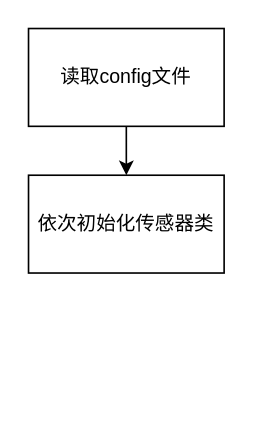
sunbingfeng/draw_sketches keeps this draw.io diagram as ibusshow.drawio. Above is the earlier version. Source tidied: cells renumbered, new cells numbered last; positions are measured from the earlier drawing's top-left corner, leaving out a move shared by most shapes. Both pictures are drawn from the tidied source at 163%, with x=0, y=0 at pixel (28, 28).
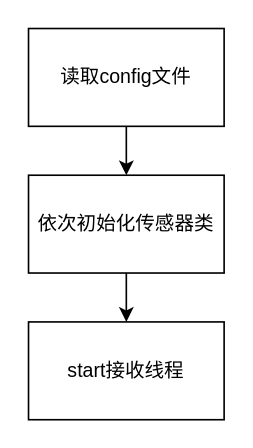
The same diagram, later.

What changed in the source:
```diff
@@
 <mxGraphModel>
   <root>
     <mxCell id="0" />
     <mxCell id="1" parent="0" />
     <mxCell id="2" style="edgeStyle=orthogonalEdgeStyle;rounded=0;jettySize=auto;html=1;" parent="1" edge="1" source="3" target="4">
       <mxGeometry relative="1" as="geometry" />
     </mxCell>
     <mxCell id="3" value="读取config文件" style="rounded=0;whiteSpace=wrap;html=1;" parent="1" vertex="1">
       <mxGeometry width="120" height="60" as="geometry" />
     </mxCell>
+    <mxCell id="5" style="edgeStyle=orthogonalEdgeStyle;rounded=0;jettySize=auto;html=1;" parent="1" edge="1" source="4" target="6">
+      <mxGeometry relative="1" as="geometry" />
+    </mxCell>
     <mxCell id="4" value="依次初始化传感器类" style="rounded=0;whiteSpace=wrap;html=1;" parent="1" vertex="1">
       <mxGeometry y="90" width="120" height="60" as="geometry" />
     </mxCell>
+    <mxCell id="6" value="start接收线程" style="rounded=0;whiteSpace=wrap;html=1;" parent="1" vertex="1">
+      <mxGeometry y="180" width="120" height="60" as="geometry" />
+    </mxCell>
   </root>
 </mxGraphModel>
```
